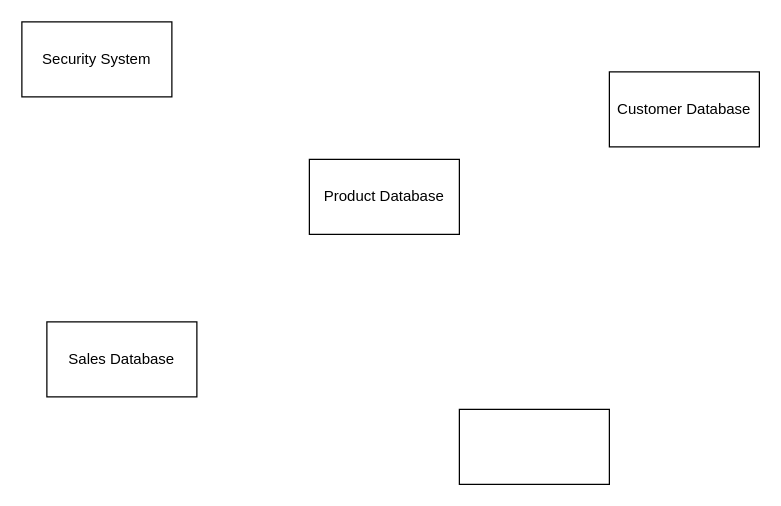
Above: workshop10_week11.drawio in antonykimuom/SWEN30006-2025-SM1-workshop1-tuew05-14-00-team-12 (draw.io), before the change. Source tidied: cells renumbered, new cells numbered last; positions are measured from the earlier drawing's top-left corner, leaving out a move shared by most shapes. Both pictures are drawn from the tidied source at 125%, with x=0, y=0 at pixel (21, 21).
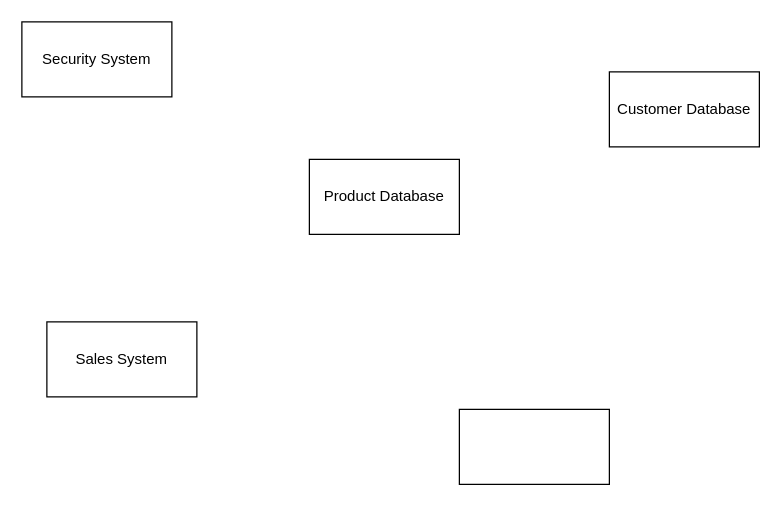
Above is the later version.

Commit message:
renamed sales database to sales system

The edit, as a diff of the source:
```diff
@@
 <mxGraphModel>
   <root>
     <mxCell id="0" />
     <mxCell id="1" parent="0" />
     <mxCell id="2" value="Product Database" style="rounded=0;whiteSpace=wrap;html=1;" parent="1" vertex="1">
       <mxGeometry x="230" y="110" width="120" height="60" as="geometry" />
     </mxCell>
     <mxCell id="3" value="Customer Database" style="rounded=0;whiteSpace=wrap;html=1;" parent="1" vertex="1">
       <mxGeometry x="470" y="40" width="120" height="60" as="geometry" />
     </mxCell>
     <mxCell id="4" value="Security System" style="rounded=0;whiteSpace=wrap;html=1;" parent="1" vertex="1">
       <mxGeometry width="120" height="60" as="geometry" />
     </mxCell>
     <mxCell id="5" style="rounded=0;whiteSpace=wrap;html=1;" parent="1" vertex="1">
       <mxGeometry x="350" y="310" width="120" height="60" as="geometry" />
     </mxCell>
-    <mxCell id="6" value="Sales Database" style="rounded=0;whiteSpace=wrap;html=1;" parent="1" vertex="1">
+    <mxCell id="6" value="Sales System" style="rounded=0;whiteSpace=wrap;html=1;" parent="1" vertex="1">
       <mxGeometry x="20" y="240" width="120" height="60" as="geometry" />
     </mxCell>
   </root>
 </mxGraphModel>
```
